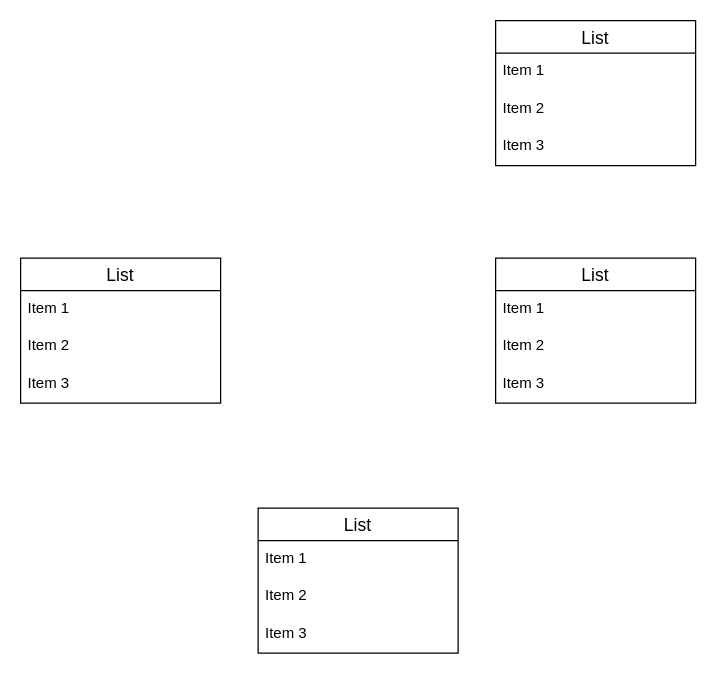
Above: ER.dio in kiserukun/omoide4 (draw.io), before the change. Source tidied: cells renumbered, new cells numbered last; positions are measured from the earlier drawing's top-left corner, leaving out a move shared by most shapes. Both pictures are drawn from the tidied source at 125%, with x=0, y=0 at pixel (20, 20).
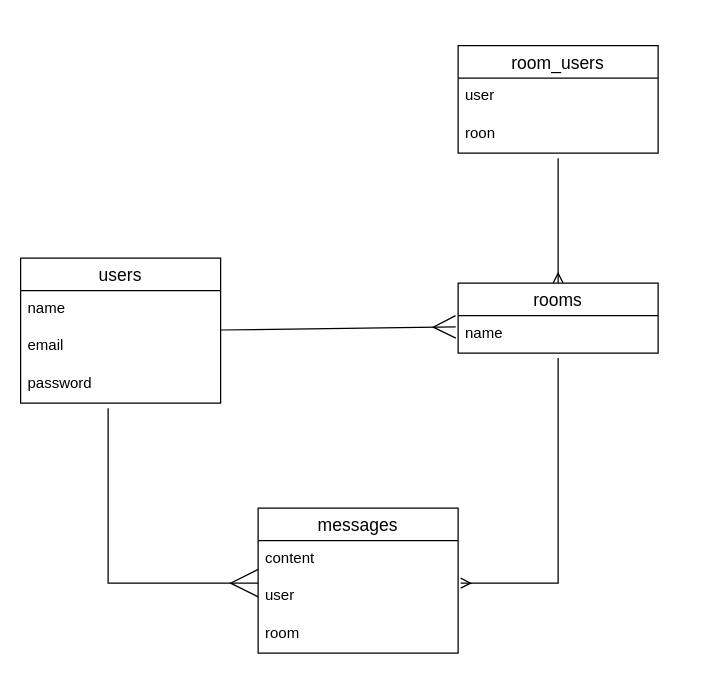
After the change.

Diff of the diagram source:
```diff
@@
-    <mxCell id="2" value="List" style="swimlane;fontStyle=0;horizontal=1;startSize=26;align=center;fontSize=14;" parent="1" vertex="1">
+    <mxCell id="2" value="users" style="swimlane;fontStyle=0;horizontal=1;startSize=26;align=center;fontSize=14;" parent="1" vertex="1">
       <mxGeometry y="190" width="160" height="116" as="geometry" />
     </mxCell>
-    <mxCell id="3" value="Item 1" style="text;strokeColor=none;fillColor=none;spacingLeft=4;spacingRight=4;overflow=hidden;fontSize=12;" parent="2" vertex="1">
+    <mxCell id="3" value="name" style="text;strokeColor=none;fillColor=none;spacingLeft=4;spacingRight=4;overflow=hidden;fontSize=12;" parent="2" vertex="1">
       <mxGeometry y="26" width="160" height="30" as="geometry" />
     </mxCell>
-    <mxCell id="4" value="Item 2" style="text;strokeColor=none;fillColor=none;spacingLeft=4;spacingRight=4;overflow=hidden;fontSize=12;" parent="2" vertex="1">
+    <mxCell id="4" value="email" style="text;strokeColor=none;fillColor=none;spacingLeft=4;spacingRight=4;overflow=hidden;fontSize=12;" parent="2" vertex="1">
       <mxGeometry y="56" width="160" height="30" as="geometry" />
     </mxCell>
-    <mxCell id="5" value="Item 3" style="text;strokeColor=none;fillColor=none;spacingLeft=4;spacingRight=4;overflow=hidden;fontSize=12;" parent="2" vertex="1">
+    <mxCell id="5" value="password" style="text;strokeColor=none;fillColor=none;spacingLeft=4;spacingRight=4;overflow=hidden;fontSize=12;" parent="2" vertex="1">
       <mxGeometry y="86" width="160" height="30" as="geometry" />
     </mxCell>
-    <mxCell id="6" value="List" style="swimlane;fontStyle=0;horizontal=1;startSize=26;align=center;fontSize=14;" parent="1" vertex="1">
-      <mxGeometry x="380" y="190" width="160" height="116" as="geometry" />
+    <mxCell id="6" value="rooms" style="swimlane;fontStyle=0;horizontal=1;startSize=26;align=center;fontSize=14;" parent="1" vertex="1">
+      <mxGeometry x="350" y="210" width="160" height="56" as="geometry" />
     </mxCell>
-    <mxCell id="7" value="Item 1" style="text;strokeColor=none;fillColor=none;spacingLeft=4;spacingRight=4;overflow=hidden;points=[[0,0.5],[1,0.5]];portConstraint=eastwest;fontSize=12;" parent="6" vertex="1">
+    <mxCell id="7" value="name" style="text;strokeColor=none;fillColor=none;spacingLeft=4;spacingRight=4;overflow=hidden;points=[[0,0.5],[1,0.5]];portConstraint=eastwest;fontSize=12;" parent="6" vertex="1">
       <mxGeometry y="26" width="160" height="30" as="geometry" />
     </mxCell>
-    <mxCell id="8" value="Item 2" style="text;strokeColor=none;fillColor=none;spacingLeft=4;spacingRight=4;overflow=hidden;fontSize=12;" parent="6" vertex="1">
-      <mxGeometry y="56" width="160" height="30" as="geometry" />
-    </mxCell>
-    <mxCell id="9" value="Item 3" style="text;strokeColor=none;fillColor=none;spacingLeft=4;spacingRight=4;overflow=hidden;fontSize=12;" parent="6" vertex="1">
-      <mxGeometry y="86" width="160" height="30" as="geometry" />
-    </mxCell>
-    <mxCell id="10" value="List" style="swimlane;fontStyle=0;horizontal=1;startSize=26;align=center;fontSize=14;" parent="1" vertex="1">
+    <mxCell id="10" value="messages" style="swimlane;fontStyle=0;horizontal=1;startSize=26;align=center;fontSize=14;" parent="1" vertex="1">
       <mxGeometry x="190" y="390" width="160" height="116" as="geometry" />
     </mxCell>
-    <mxCell id="11" value="Item 1" style="text;strokeColor=none;fillColor=none;spacingLeft=4;spacingRight=4;overflow=hidden;fontSize=12;" parent="10" vertex="1">
+    <mxCell id="11" value="content" style="text;strokeColor=none;fillColor=none;spacingLeft=4;spacingRight=4;overflow=hidden;fontSize=12;" parent="10" vertex="1">
       <mxGeometry y="26" width="160" height="30" as="geometry" />
     </mxCell>
-    <mxCell id="12" value="Item 2" style="text;strokeColor=none;fillColor=none;spacingLeft=4;spacingRight=4;overflow=hidden;fontSize=12;" parent="10" vertex="1">
+    <mxCell id="12" value="user" style="text;strokeColor=none;fillColor=none;spacingLeft=4;spacingRight=4;overflow=hidden;fontSize=12;" parent="10" vertex="1">
       <mxGeometry y="56" width="160" height="30" as="geometry" />
     </mxCell>
-    <mxCell id="13" value="Item 3" style="text;strokeColor=none;fillColor=none;spacingLeft=4;spacingRight=4;overflow=hidden;fontSize=12;" parent="10" vertex="1">
+    <mxCell id="13" value="room" style="text;strokeColor=none;fillColor=none;spacingLeft=4;spacingRight=4;overflow=hidden;fontSize=12;" parent="10" vertex="1">
       <mxGeometry y="86" width="160" height="30" as="geometry" />
     </mxCell>
-    <mxCell id="14" value="List" style="swimlane;fontStyle=0;horizontal=1;startSize=26;align=center;fontSize=14;" parent="1" vertex="1">
-      <mxGeometry x="380" width="160" height="116" as="geometry" />
+    <mxCell id="14" value="room_users" style="swimlane;fontStyle=0;horizontal=1;startSize=26;align=center;fontSize=14;" parent="1" vertex="1">
+      <mxGeometry x="350" y="20" width="160" height="86" as="geometry" />
     </mxCell>
-    <mxCell id="15" value="Item 1" style="text;strokeColor=none;fillColor=none;spacingLeft=4;spacingRight=4;overflow=hidden;fontSize=12;" parent="14" vertex="1">
+    <mxCell id="15" value="user" style="text;strokeColor=none;fillColor=none;spacingLeft=4;spacingRight=4;overflow=hidden;fontSize=12;" parent="14" vertex="1">
       <mxGeometry y="26" width="160" height="30" as="geometry" />
     </mxCell>
-    <mxCell id="16" value="Item 2" style="text;strokeColor=none;fillColor=none;spacingLeft=4;spacingRight=4;overflow=hidden;fontSize=12;" parent="14" vertex="1">
+    <mxCell id="16" value="roon" style="text;strokeColor=none;fillColor=none;spacingLeft=4;spacingRight=4;overflow=hidden;fontSize=12;" parent="14" vertex="1">
       <mxGeometry y="56" width="160" height="30" as="geometry" />
     </mxCell>
-    <mxCell id="17" value="Item 3" style="text;strokeColor=none;fillColor=none;spacingLeft=4;spacingRight=4;overflow=hidden;fontSize=12;" parent="14" vertex="1">
-      <mxGeometry y="86" width="160" height="30" as="geometry" />
-    </mxCell>
+    <mxCell id="18" style="endArrow=ERmany;html=1;rounded=0;endFill=0;endSize=20;" parent="1" edge="1">
+      <mxGeometry relative="1" as="geometry">
+        <mxPoint x="70" y="310" as="sourcePoint" />
+        <mxPoint x="190" y="450" as="targetPoint" />
+        <Array as="points">
+          <mxPoint x="70" y="450" />
+        </Array>
+      </mxGeometry>
+    </mxCell>
+    <mxCell id="19" style="endArrow=none;html=1;rounded=0;entryX=0.5;entryY=1.133;entryDx=0;entryDy=0;entryPerimeter=0;startArrow=ERmany;startFill=0;targetPerimeterSpacing=20;sourcePerimeterSpacing=22;" parent="1" edge="1" target="7">
+      <mxGeometry relative="1" as="geometry">
+        <mxPoint x="352" y="450" as="sourcePoint" />
+        <Array as="points">
+          <mxPoint x="430" y="450" />
+        </Array>
+      </mxGeometry>
+    </mxCell>
+    <mxCell id="20" style="endArrow=ERmany;html=1;rounded=0;entryX=-0.012;entryY=0.3;entryDx=0;entryDy=0;entryPerimeter=0;endFill=0;endSize=16;" parent="1" edge="1" target="7">
+      <mxGeometry relative="1" as="geometry">
+        <mxPoint x="160" y="247.5" as="sourcePoint" />
+      </mxGeometry>
+    </mxCell>
+    <mxCell id="21" style="endArrow=none;html=1;rounded=0;exitX=0.5;exitY=0;exitDx=0;exitDy=0;endFill=0;endSize=0;startArrow=ERmany;startFill=0;targetPerimeterSpacing=20;sourcePerimeterSpacing=4;" parent="1" edge="1" source="6">
+      <mxGeometry relative="1" as="geometry">
+        <mxPoint x="430" y="110" as="targetPoint" />
+      </mxGeometry>
+    </mxCell>
```
